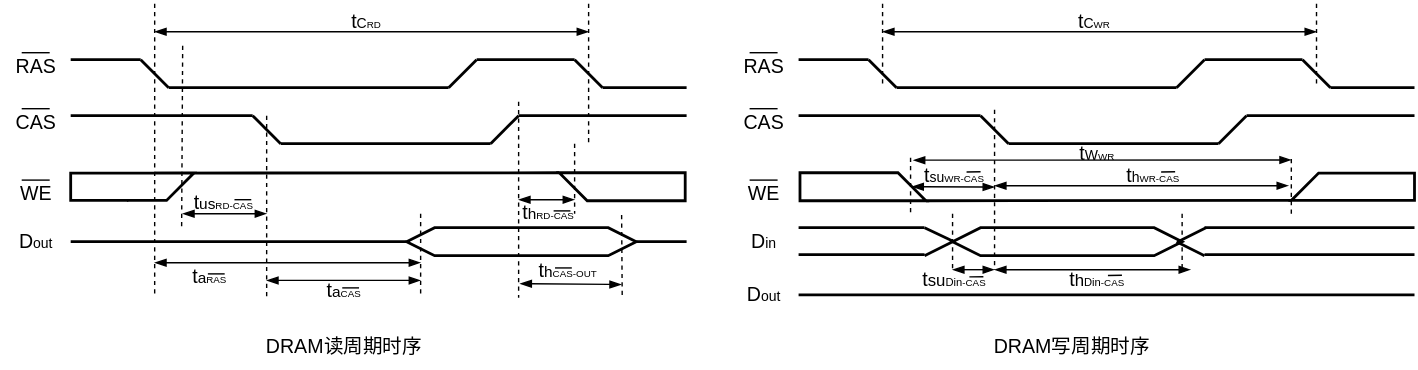
Earlier version of the draw.io export pictures/计算机组成原理-DRAM读写周期时序.drawio.svg (creatern/NoteBook). Source tidied: cells renumbered, new cells last; positions are measured from the earlier drawing's top-left corner, leaving out a move shared by most shapes.
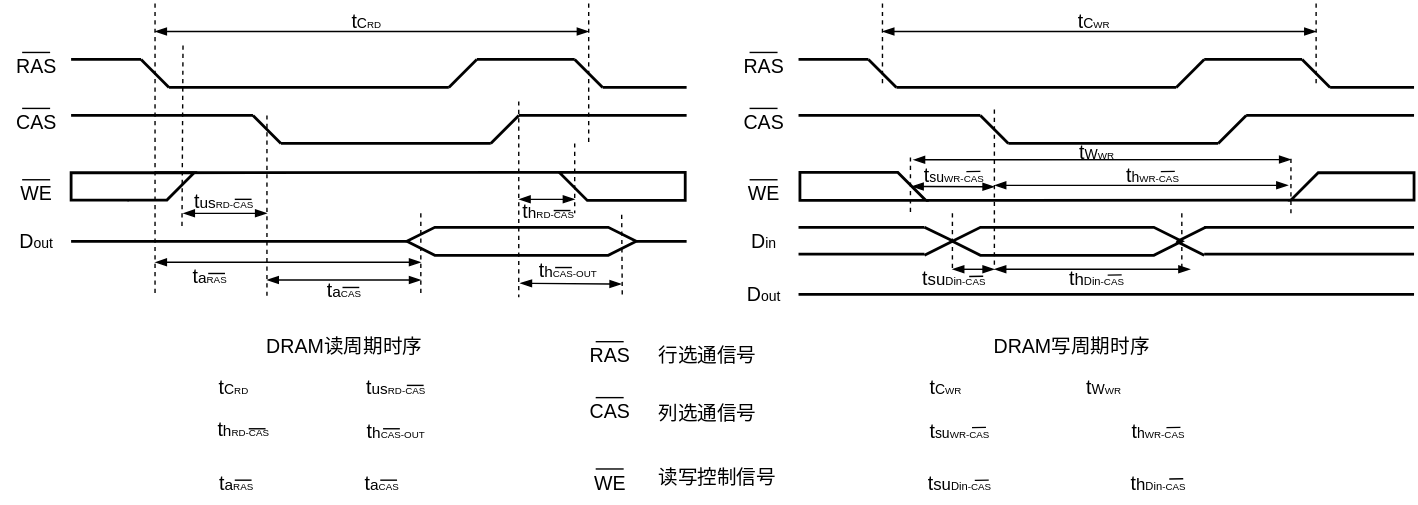
After the change.

What changed in the source:
```diff
@@ -565,5 +565,137 @@
         <mxPoint x="860" y="182" as="targetPoint" />
       </mxGeometry>
     </mxCell>
+    <mxCell id="112" value="WE" style="text;html=1;align=center;verticalAlign=middle;strokeColor=none;fillColor=none;fontSize=14;fontFamily=Helvetica;fontColor=default;" parent="1" vertex="1">
+      <mxGeometry x="410" y="329.8" width="50" height="30" as="geometry" />
+    </mxCell>
+    <mxCell id="113" style="rounded=0;orthogonalLoop=1;jettySize=auto;html=1;strokeWidth=1;endArrow=none;endFill=0;" parent="1" edge="1">
+      <mxGeometry relative="1" as="geometry">
+        <mxPoint x="445" y="334.8" as="sourcePoint" />
+        <mxPoint x="425" y="334.8" as="targetPoint" />
+      </mxGeometry>
+    </mxCell>
+    <mxCell id="114" value="CAS" style="text;html=1;align=center;verticalAlign=middle;strokeColor=none;fillColor=none;fontSize=14;fontFamily=Helvetica;fontColor=default;" parent="1" vertex="1">
+      <mxGeometry x="410" y="278.8" width="50" height="30" as="geometry" />
+    </mxCell>
+    <mxCell id="115" style="rounded=0;orthogonalLoop=1;jettySize=auto;html=1;strokeWidth=1;endArrow=none;endFill=0;" parent="1" edge="1">
+      <mxGeometry relative="1" as="geometry">
+        <mxPoint x="445" y="283.8" as="sourcePoint" />
+        <mxPoint x="425" y="283.8" as="targetPoint" />
+      </mxGeometry>
+    </mxCell>
+    <mxCell id="116" value="RAS" style="text;html=1;align=center;verticalAlign=middle;strokeColor=none;fillColor=none;fontSize=14;fontFamily=Helvetica;fontColor=default;" parent="1" vertex="1">
+      <mxGeometry x="410" y="238.8" width="50" height="30" as="geometry" />
+    </mxCell>
+    <mxCell id="117" style="rounded=0;orthogonalLoop=1;jettySize=auto;html=1;strokeWidth=1;endArrow=none;endFill=0;" parent="1" edge="1">
+      <mxGeometry relative="1" as="geometry">
+        <mxPoint x="445" y="243.8" as="sourcePoint" />
+        <mxPoint x="425" y="243.8" as="targetPoint" />
+      </mxGeometry>
+    </mxCell>
+    <mxCell id="118" value="行选通信号" style="text;html=1;strokeColor=none;fillColor=none;align=center;verticalAlign=middle;whiteSpace=wrap;rounded=0;fontSize=14;" parent="1" vertex="1">
+      <mxGeometry x="460" y="238.8" width="90" height="30" as="geometry" />
+    </mxCell>
+    <mxCell id="119" value="列选通信号" style="text;html=1;strokeColor=none;fillColor=none;align=center;verticalAlign=middle;whiteSpace=wrap;rounded=0;fontSize=14;" parent="1" vertex="1">
+      <mxGeometry x="460" y="280" width="90" height="30" as="geometry" />
+    </mxCell>
+    <mxCell id="120" value="读写控制信号" style="text;html=1;strokeColor=none;fillColor=none;align=center;verticalAlign=middle;whiteSpace=wrap;rounded=0;fontSize=14;" parent="1" vertex="1">
+      <mxGeometry x="467" y="326" width="90" height="30" as="geometry" />
+    </mxCell>
+    <mxCell id="121" value="&lt;font style=&quot;font-size: 14px;&quot;&gt;t&lt;/font&gt;&lt;font style=&quot;font-size: 10px;&quot;&gt;C&lt;/font&gt;&lt;font style=&quot;font-size: 7px;&quot;&gt;RD&lt;/font&gt;" style="text;html=1;align=center;verticalAlign=middle;strokeColor=none;fillColor=none;fontSize=11;fontFamily=Helvetica;fontColor=default;" parent="1" vertex="1">
+      <mxGeometry x="146" y="262" width="40" height="30" as="geometry" />
+    </mxCell>
+    <mxCell id="122" value="&lt;font style=&quot;font-size: 14px;&quot;&gt;t&lt;/font&gt;&lt;font style=&quot;font-size: 11px;&quot;&gt;us&lt;/font&gt;&lt;font style=&quot;font-size: 7px;&quot;&gt;RD-CAS&lt;/font&gt;" style="text;html=1;align=center;verticalAlign=middle;strokeColor=none;fillColor=none;fontSize=11;fontFamily=Helvetica;fontColor=default;" parent="1" vertex="1">
+      <mxGeometry x="247" y="262" width="70" height="30" as="geometry" />
+    </mxCell>
+    <mxCell id="123" style="rounded=0;orthogonalLoop=1;jettySize=auto;html=1;strokeWidth=1;endArrow=none;endFill=0;" parent="1" edge="1">
+      <mxGeometry relative="1" as="geometry">
+        <mxPoint x="302" y="275" as="sourcePoint" />
+        <mxPoint x="290" y="275" as="targetPoint" />
+      </mxGeometry>
+    </mxCell>
+    <mxCell id="124" value="&lt;font style=&quot;font-size: 14px;&quot;&gt;t&lt;/font&gt;&lt;font style=&quot;font-size: 11px;&quot;&gt;h&lt;/font&gt;&lt;font style=&quot;font-size: 7px;&quot;&gt;RD-CAS&lt;/font&gt;" style="text;html=1;align=center;verticalAlign=middle;strokeColor=none;fillColor=none;fontSize=11;fontFamily=Helvetica;fontColor=default;" parent="1" vertex="1">
+      <mxGeometry x="143" y="292" width="60" height="30" as="geometry" />
+    </mxCell>
+    <mxCell id="125" style="rounded=0;orthogonalLoop=1;jettySize=auto;html=1;strokeWidth=1;endArrow=none;endFill=0;" parent="1" edge="1">
+      <mxGeometry relative="1" as="geometry">
+        <mxPoint x="189" y="306" as="sourcePoint" />
+        <mxPoint x="177" y="306" as="targetPoint" />
+      </mxGeometry>
+    </mxCell>
+    <mxCell id="126" value="&lt;font style=&quot;font-size: 14px;&quot;&gt;t&lt;/font&gt;&lt;font style=&quot;font-size: 11px;&quot;&gt;h&lt;/font&gt;&lt;font style=&quot;font-size: 7px;&quot;&gt;CAS-OUT&lt;/font&gt;" style="text;html=1;align=center;verticalAlign=middle;strokeColor=none;fillColor=none;fontSize=11;fontFamily=Helvetica;fontColor=default;" parent="1" vertex="1">
+      <mxGeometry x="247" y="293" width="70" height="30" as="geometry" />
+    </mxCell>
+    <mxCell id="127" style="rounded=0;orthogonalLoop=1;jettySize=auto;html=1;strokeWidth=1;endArrow=none;endFill=0;" parent="1" edge="1">
+      <mxGeometry relative="1" as="geometry">
+        <mxPoint x="285" y="306" as="sourcePoint" />
+        <mxPoint x="273" y="306" as="targetPoint" />
+      </mxGeometry>
+    </mxCell>
+    <mxCell id="128" value="&lt;font style=&quot;font-size: 14px;&quot;&gt;t&lt;/font&gt;&lt;font style=&quot;font-size: 11px;&quot;&gt;a&lt;/font&gt;&lt;font style=&quot;font-size: 7px;&quot;&gt;RAS&lt;/font&gt;" style="text;html=1;align=center;verticalAlign=middle;strokeColor=none;fillColor=none;fontSize=11;fontFamily=Helvetica;fontColor=default;" parent="1" vertex="1">
+      <mxGeometry x="143" y="329.8" width="50" height="30" as="geometry" />
+    </mxCell>
+    <mxCell id="129" style="rounded=0;orthogonalLoop=1;jettySize=auto;html=1;strokeWidth=1;endArrow=none;endFill=0;" parent="1" edge="1">
+      <mxGeometry relative="1" as="geometry">
+        <mxPoint x="179" y="342.8" as="sourcePoint" />
+        <mxPoint x="167" y="342.8" as="targetPoint" />
+      </mxGeometry>
+    </mxCell>
+    <mxCell id="130" value="&lt;font style=&quot;font-size: 14px;&quot;&gt;t&lt;/font&gt;&lt;font style=&quot;font-size: 11px;&quot;&gt;a&lt;/font&gt;&lt;font style=&quot;font-size: 7px;&quot;&gt;CAS&lt;/font&gt;" style="text;html=1;align=center;verticalAlign=middle;strokeColor=none;fillColor=none;fontSize=11;fontFamily=Helvetica;fontColor=default;" parent="1" vertex="1">
+      <mxGeometry x="247" y="329.8" width="50" height="30" as="geometry" />
+    </mxCell>
+    <mxCell id="131" style="rounded=0;orthogonalLoop=1;jettySize=auto;html=1;strokeWidth=1;endArrow=none;endFill=0;" parent="1" edge="1">
+      <mxGeometry relative="1" as="geometry">
+        <mxPoint x="283" y="342.8" as="sourcePoint" />
+        <mxPoint x="271" y="342.8" as="targetPoint" />
+      </mxGeometry>
+    </mxCell>
+    <mxCell id="132" value="&lt;font style=&quot;font-size: 14px;&quot;&gt;t&lt;/font&gt;&lt;font style=&quot;font-size: 10px;&quot;&gt;C&lt;/font&gt;&lt;font style=&quot;font-size: 7px;&quot;&gt;WR&lt;/font&gt;" style="text;html=1;align=center;verticalAlign=middle;strokeColor=none;fillColor=none;fontSize=11;fontFamily=Helvetica;fontColor=default;" parent="1" vertex="1">
+      <mxGeometry x="650" y="262" width="50" height="30" as="geometry" />
+    </mxCell>
+    <mxCell id="133" value="&lt;font style=&quot;font-size: 14px;&quot;&gt;t&lt;/font&gt;&lt;font style=&quot;font-size: 10px;&quot;&gt;W&lt;/font&gt;&lt;font style=&quot;font-size: 7px;&quot;&gt;WR&lt;/font&gt;" style="text;html=1;align=center;verticalAlign=middle;strokeColor=none;fillColor=none;fontSize=11;fontFamily=Helvetica;fontColor=default;" parent="1" vertex="1">
+      <mxGeometry x="763" y="262" width="50" height="30" as="geometry" />
+    </mxCell>
+    <mxCell id="134" value="&lt;font style=&quot;font-size: 14px;&quot;&gt;t&lt;/font&gt;&lt;font style=&quot;font-size: 10px;&quot;&gt;h&lt;/font&gt;&lt;font style=&quot;font-size: 7px;&quot;&gt;WR-CAS&lt;/font&gt;" style="text;html=1;align=center;verticalAlign=middle;strokeColor=none;fillColor=none;fontSize=11;fontFamily=Helvetica;fontColor=default;" parent="1" vertex="1">
+      <mxGeometry x="797" y="293" width="60" height="30" as="geometry" />
+    </mxCell>
+    <mxCell id="135" value="&lt;font style=&quot;font-size: 14px;&quot;&gt;t&lt;/font&gt;&lt;font style=&quot;font-size: 10px;&quot;&gt;su&lt;/font&gt;&lt;font style=&quot;font-size: 7px;&quot;&gt;WR-CAS&lt;/font&gt;" style="text;html=1;align=center;verticalAlign=middle;strokeColor=none;fillColor=none;fontSize=11;fontFamily=Helvetica;fontColor=default;" parent="1" vertex="1">
+      <mxGeometry x="650" y="293" width="70" height="30" as="geometry" />
+    </mxCell>
+    <mxCell id="136" style="rounded=0;orthogonalLoop=1;jettySize=auto;html=1;strokeWidth=1;endArrow=none;endFill=0;" parent="1" edge="1">
+      <mxGeometry relative="1" as="geometry">
+        <mxPoint x="704" y="305" as="sourcePoint" />
+        <mxPoint x="694" y="305.2" as="targetPoint" />
+      </mxGeometry>
+    </mxCell>
+    <mxCell id="137" style="rounded=0;orthogonalLoop=1;jettySize=auto;html=1;strokeWidth=1;endArrow=none;endFill=0;" parent="1" edge="1">
+      <mxGeometry relative="1" as="geometry">
+        <mxPoint x="843" y="305" as="sourcePoint" />
+        <mxPoint x="833" y="305.2" as="targetPoint" />
+      </mxGeometry>
+    </mxCell>
+    <mxCell id="138" style="rounded=0;orthogonalLoop=1;jettySize=auto;html=1;strokeWidth=2;endArrow=none;endFill=0;" parent="1" edge="1">
+      <mxGeometry relative="1" as="geometry">
+        <mxPoint x="888" y="317.8" as="sourcePoint" />
+        <mxPoint x="888" y="317.8" as="targetPoint" />
+      </mxGeometry>
+    </mxCell>
+    <mxCell id="139" value="&lt;font style=&quot;font-size: 14px;&quot;&gt;t&lt;/font&gt;&lt;font style=&quot;font-size: 12px;&quot;&gt;su&lt;/font&gt;&lt;font style=&quot;font-size: 8px;&quot;&gt;Din&lt;/font&gt;&lt;font style=&quot;font-size: 7px;&quot;&gt;-CAS&lt;/font&gt;" style="text;html=1;align=center;verticalAlign=middle;strokeColor=none;fillColor=none;fontSize=11;fontFamily=Helvetica;fontColor=default;" parent="1" vertex="1">
+      <mxGeometry x="650" y="329.8" width="70" height="30" as="geometry" />
+    </mxCell>
+    <mxCell id="140" value="&lt;font style=&quot;font-size: 14px;&quot;&gt;t&lt;/font&gt;&lt;font style=&quot;font-size: 12px;&quot;&gt;h&lt;/font&gt;&lt;font style=&quot;font-size: 8px;&quot;&gt;Din&lt;/font&gt;&lt;font style=&quot;font-size: 7px;&quot;&gt;-CAS&lt;/font&gt;" style="text;html=1;align=center;verticalAlign=middle;strokeColor=none;fillColor=none;fontSize=11;fontFamily=Helvetica;fontColor=default;" parent="1" vertex="1">
+      <mxGeometry x="797" y="329.8" width="60" height="30" as="geometry" />
+    </mxCell>
+    <mxCell id="141" style="rounded=0;orthogonalLoop=1;jettySize=auto;html=1;strokeWidth=1;endArrow=none;endFill=0;" parent="1" edge="1">
+      <mxGeometry relative="1" as="geometry">
+        <mxPoint x="845" y="341.8" as="sourcePoint" />
+        <mxPoint x="835" y="341.9" as="targetPoint" />
+      </mxGeometry>
+    </mxCell>
+    <mxCell id="142" style="rounded=0;orthogonalLoop=1;jettySize=auto;html=1;strokeWidth=1;endArrow=none;endFill=0;" parent="1" edge="1">
+      <mxGeometry relative="1" as="geometry">
+        <mxPoint x="706" y="342.8" as="sourcePoint" />
+        <mxPoint x="696" y="342.9" as="targetPoint" />
+      </mxGeometry>
+    </mxCell>
   </root>
 </mxGraphModel>
```
